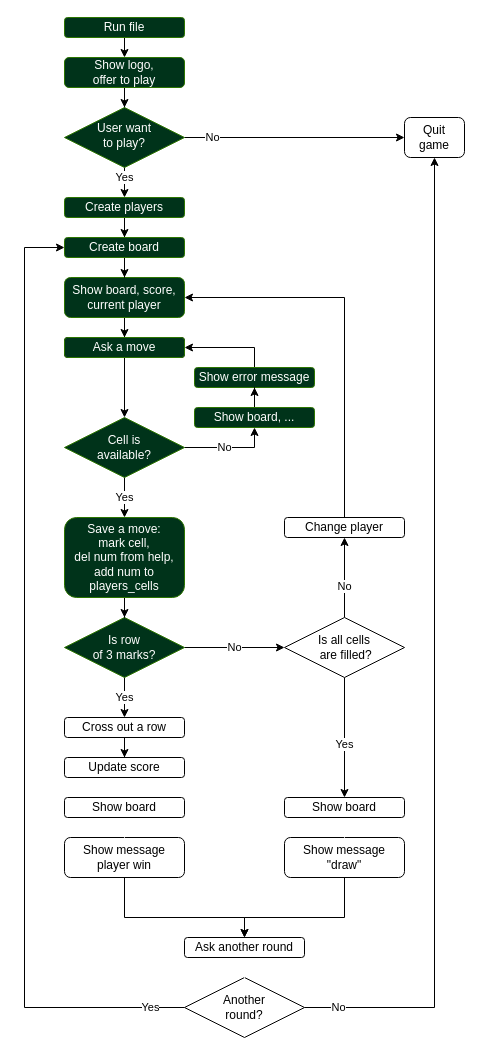
k-yakovlev/tic-tac-toe keeps this draw.io diagram as flowchart.drawio. Above is the earlier version. Source tidied: cells renumbered, new cells numbered last; positions are measured from the earlier drawing's top-left corner, leaving out a move shared by most shapes. Both pictures are drawn from the tidied source at 100%, with x=0, y=0 at pixel (24, 17).
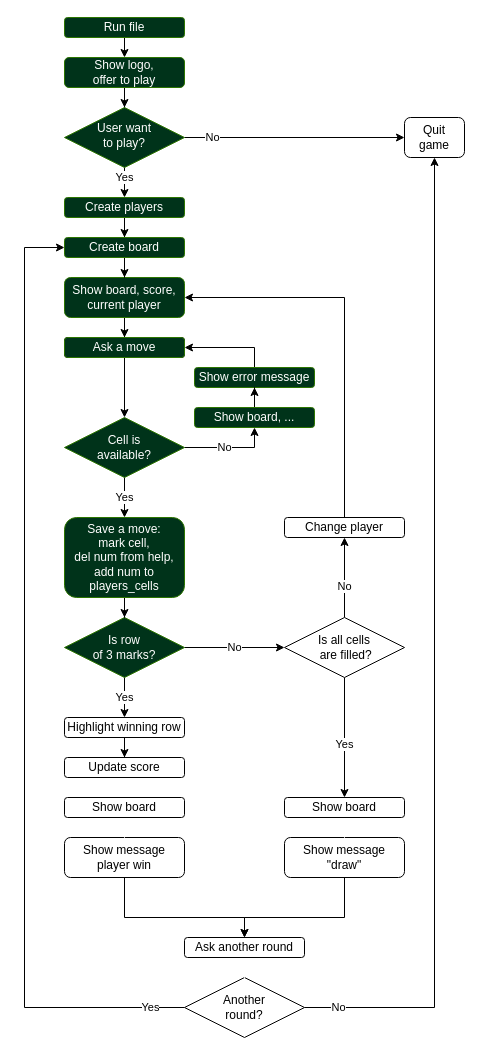
The same diagram, later.

Commit message (it also covers changes not shown here):
Fix cross_out to highlight_winning_row().

The edit, as a diff of the source:
```diff
@@
-    <mxCell id="44" value="Cross out a row" style="whiteSpace=wrap;html=1;rounded=1;" parent="1" vertex="1">
+    <mxCell id="44" value="Highlight winning row" style="whiteSpace=wrap;html=1;rounded=1;" parent="1" vertex="1">
       <mxGeometry x="40" y="700" width="120" height="20" as="geometry" />
     </mxCell>
```
